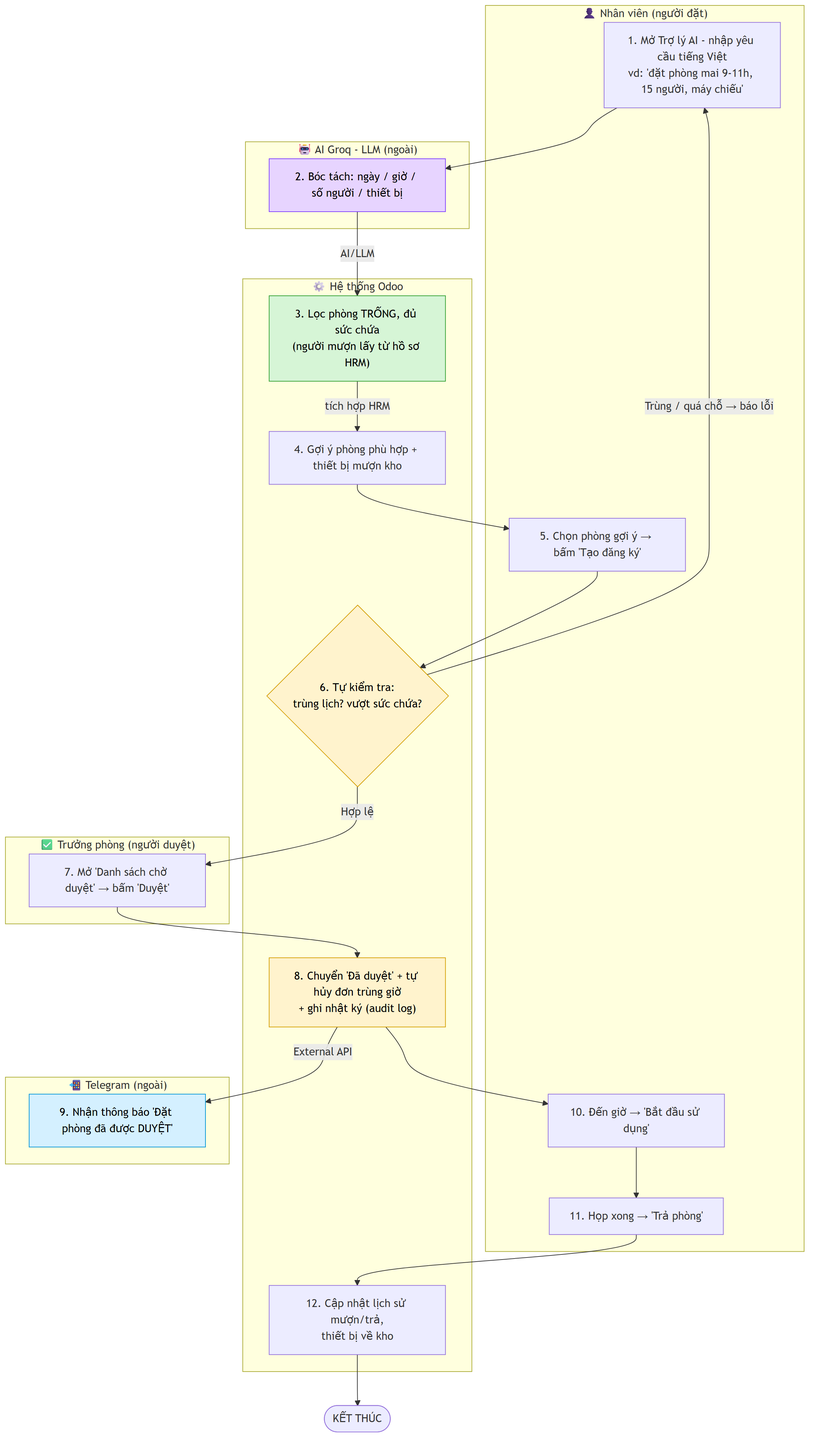
Above: docs/businessflow/NhomN6_BusinessFlow_QuanLyTaiSan_PhongHop.png in Q-Huy205/HN-QTDN-17-03-N6 (Mermaid), before the change. Its source is kept beside it as docs/businessflow/NhomN6_BusinessFlow_QuanLyTaiSan_PhongHop.mmd.
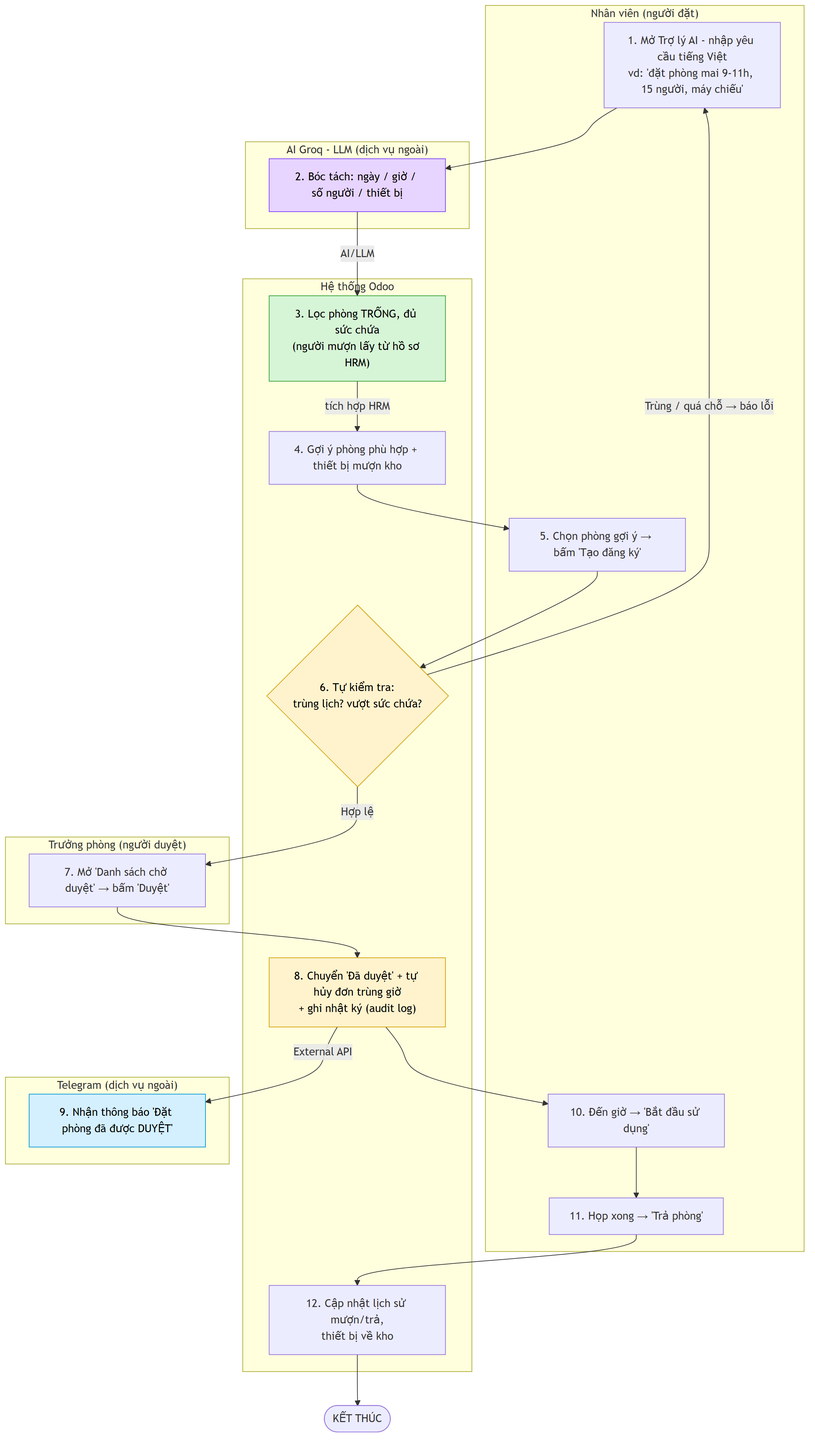
The same file after the commit.

The edit, as a diff of the source:
```diff
@@ -4,18 +4,18 @@
     classDef auto fill:#fff3cd,stroke:#d39e00,color:#000;
     classDef hrm fill:#d6f5d6,stroke:#2e9e2e,color:#000;
 
-    subgraph NV["👤 Nhân viên (người đặt)"]
+    subgraph NV["Nhân viên (người đặt)"]
         A1["1. Mở Trợ lý AI - nhập yêu cầu tiếng Việt<br/>vd: 'đặt phòng mai 9-11h, 15 người, máy chiếu'"]
         A5["5. Chọn phòng gợi ý → bấm 'Tạo đăng ký'"]
         A10["10. Đến giờ → 'Bắt đầu sử dụng'"]
         A11["11. Họp xong → 'Trả phòng'"]
     end
 
-    subgraph AI["🤖 AI Groq - LLM (ngoài)"]
+    subgraph AI["AI Groq - LLM (dịch vụ ngoài)"]
         A2["2. Bóc tách: ngày / giờ / số người / thiết bị"]
     end
 
-    subgraph HT["⚙️ Hệ thống Odoo"]
+    subgraph HT["Hệ thống Odoo"]
         A3["3. Lọc phòng TRỐNG, đủ sức chứa<br/>(người mượn lấy từ hồ sơ HRM)"]
         A4["4. Gợi ý phòng phù hợp + thiết bị mượn kho"]
         A6{"6. Tự kiểm tra:<br/>trùng lịch? vượt sức chứa?"}
@@ -23,11 +23,11 @@
         A12["12. Cập nhật lịch sử mượn/trả,<br/>thiết bị về kho"]
     end
 
-    subgraph TP["✅ Trưởng phòng (người duyệt)"]
+    subgraph TP["Trưởng phòng (người duyệt)"]
         A7["7. Mở 'Danh sách chờ duyệt' → bấm 'Duyệt'"]
     end
 
-    subgraph TG["📲 Telegram (ngoài)"]
+    subgraph TG["Telegram (dịch vụ ngoài)"]
         A9["9. Nhận thông báo 'Đặt phòng đã được DUYỆT'"]
     end
 
```
